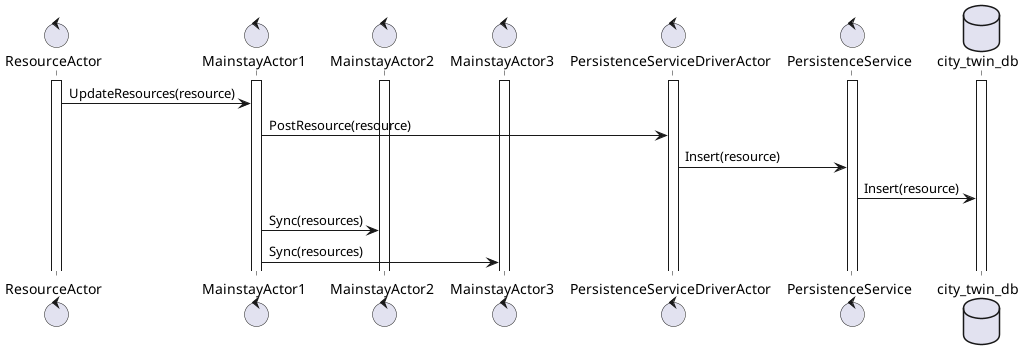
Earlier version of the PlantUML export assets/images/core-mainstays-sync-sequence-diagram.png (FilippoVissani/CityTwin-report). Its diagram source:
```plantuml
@startuml

control ResourceActor
control MainstayActor1
control MainstayActor2
control MainstayActor3
control PersistenceServiceDriverActor
control PersistenceService
database city_twin_db

activate ResourceActor
activate MainstayActor1
activate MainstayActor2
activate MainstayActor3
activate PersistenceServiceDriverActor
activate PersistenceService
activate city_twin_db

ResourceActor -> MainstayActor1 : UpdateResources(resource)
MainstayActor1 -> PersistenceServiceDriverActor : PostResource(resource)
PersistenceServiceDriverActor -> PersistenceService : Insert(resource)
PersistenceService -> city_twin_db : Insert(resource)

MainstayActor1 -> MainstayActor2 : Sync(resources)
MainstayActor1 -> MainstayActor3 : Sync(resources)

@enduml
```
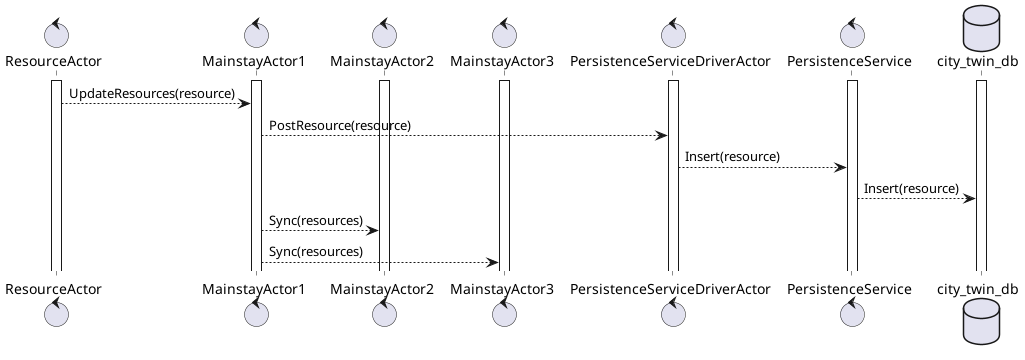
After the commit.

Commit message:
fix: fix arrow in sequence diagrams

Change to the diagram source:
```diff
@@ -16,12 +16,12 @@
 activate PersistenceService
 activate city_twin_db
 
-ResourceActor -> MainstayActor1 : UpdateResources(resource)
-MainstayActor1 -> PersistenceServiceDriverActor : PostResource(resource)
-PersistenceServiceDriverActor -> PersistenceService : Insert(resource)
-PersistenceService -> city_twin_db : Insert(resource)
+ResourceActor --> MainstayActor1 : UpdateResources(resource)
+MainstayActor1 --> PersistenceServiceDriverActor : PostResource(resource)
+PersistenceServiceDriverActor --> PersistenceService : Insert(resource)
+PersistenceService --> city_twin_db : Insert(resource)
 
-MainstayActor1 -> MainstayActor2 : Sync(resources)
-MainstayActor1 -> MainstayActor3 : Sync(resources)
+MainstayActor1 --> MainstayActor2 : Sync(resources)
+MainstayActor1 --> MainstayActor3 : Sync(resources)
 
 @enduml
```
